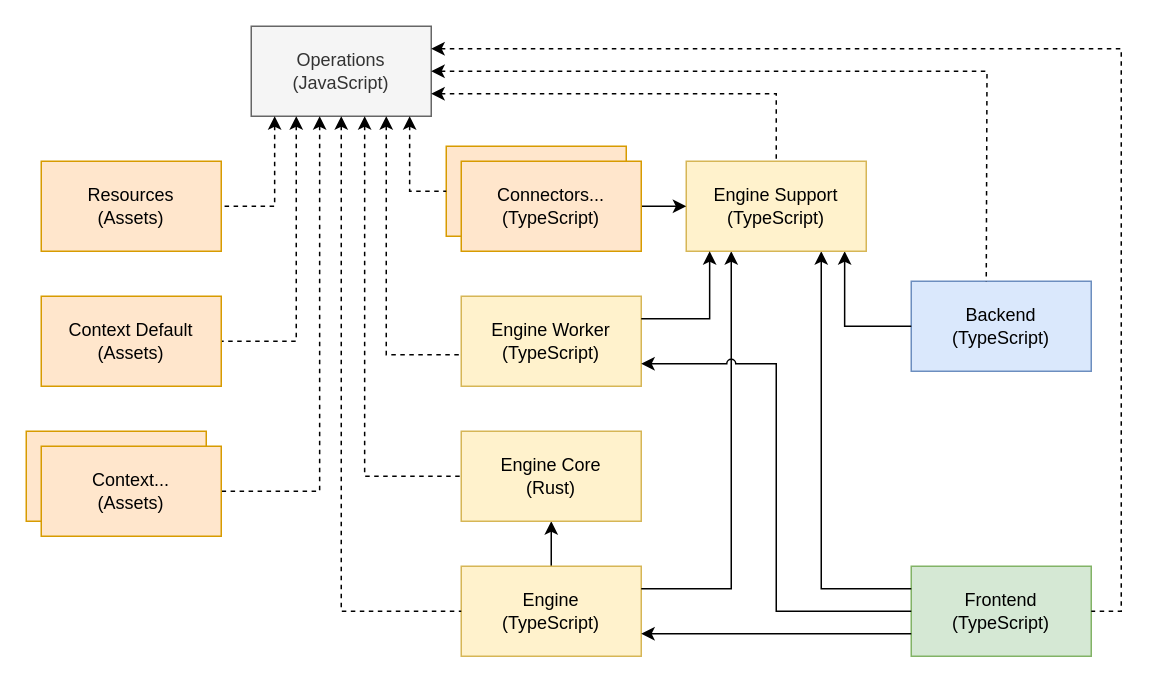
Above: public/diagrams/Project Dependencies.drawio in data-positioning/datapos-resources (draw.io), before the change. Source tidied: cells renumbered, new cells numbered last; positions are measured from the earlier drawing's top-left corner, leaving out a move shared by most shapes. Both pictures are drawn from the tidied source at 150%, with x=0, y=0 at pixel (26, 26).
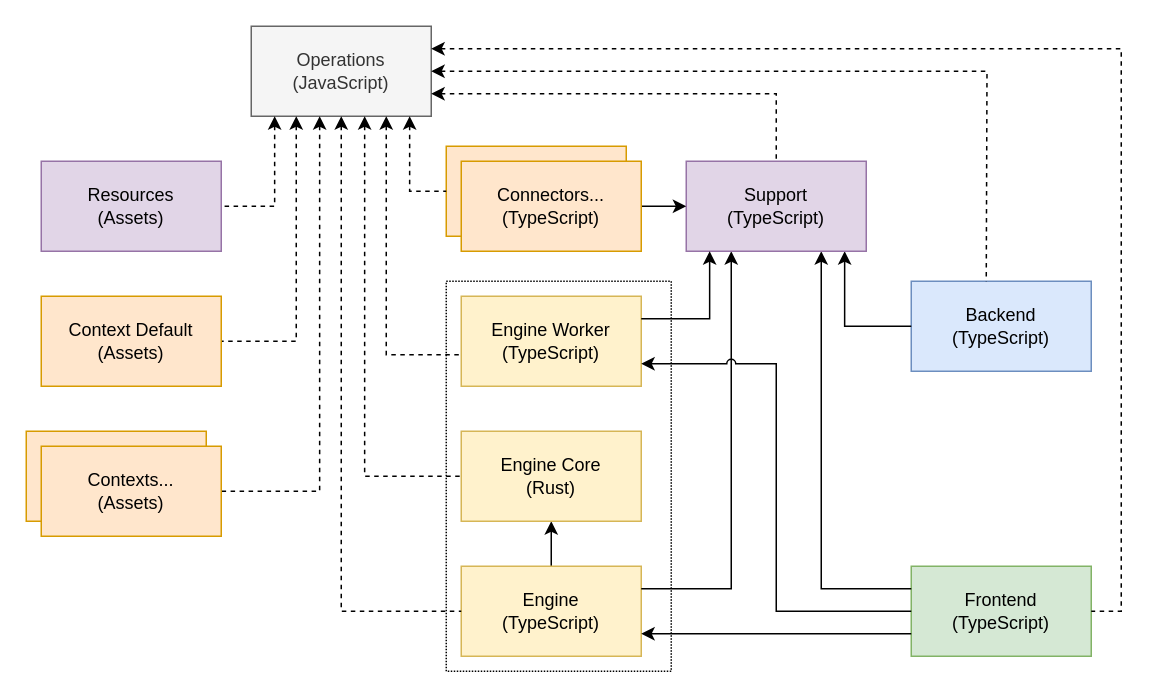
The same page after the edit.

Change to the diagram source:
```diff
@@
-    <mxCell id="3" value="Resources&lt;br&gt;(Assets)" style="rounded=0;whiteSpace=wrap;html=1;fillColor=#ffe6cc;strokeColor=#d79b00;" parent="1" vertex="1">
+    <mxCell id="3" value="Resources&lt;br&gt;(Assets)" style="rounded=0;whiteSpace=wrap;html=1;fillColor=#e1d5e7;strokeColor=#9673a6;" parent="1" vertex="1">
       <mxGeometry x="10" y="90" width="120" height="60" as="geometry" />
     </mxCell>
@@
-    <mxCell id="24" value="Engine Support&lt;br style=&quot;border-color: var(--border-color);&quot;&gt;(TypeScript)" style="rounded=0;whiteSpace=wrap;html=1;points=[[0,0,0,0,0],[0,0.25,0,0,0],[0,0.5,0,0,0],[0,0.75,0,0,0],[0,1,0,0,0],[0.13,1,0,0,0],[0.25,0,0,0,0],[0.25,1,0,0,0],[0.38,1,0,0,0],[0.5,0,0,0,0],[0.5,1,0,0,0],[0.63,1,0,0,0],[0.75,0,0,0,0],[0.75,1,0,0,0],[0.88,1,0,0,0],[1,0,0,0,0],[1,0.25,0,0,0],[1,0.5,0,0,0],[1,0.75,0,0,0],[1,1,0,0,0]];fillColor=#fff2cc;strokeColor=#d6b656;" parent="1" vertex="1">
+    <mxCell id="24" value="Support&lt;br style=&quot;border-color: var(--border-color);&quot;&gt;(TypeScript)" style="rounded=0;whiteSpace=wrap;html=1;points=[[0,0,0,0,0],[0,0.25,0,0,0],[0,0.5,0,0,0],[0,0.75,0,0,0],[0,1,0,0,0],[0.13,1,0,0,0],[0.25,0,0,0,0],[0.25,1,0,0,0],[0.38,1,0,0,0],[0.5,0,0,0,0],[0.5,1,0,0,0],[0.63,1,0,0,0],[0.75,0,0,0,0],[0.75,1,0,0,0],[0.88,1,0,0,0],[1,0,0,0,0],[1,0.25,0,0,0],[1,0.5,0,0,0],[1,0.75,0,0,0],[1,1,0,0,0]];fillColor=#e1d5e7;strokeColor=#9673a6;" parent="1" vertex="1">
       <mxGeometry x="440" y="90" width="120" height="60" as="geometry" />
     </mxCell>
@@
-    <mxCell id="32" value="Context...&lt;br style=&quot;border-color: var(--border-color);&quot;&gt;(Assets)" style="rounded=0;whiteSpace=wrap;html=1;fillColor=#ffe6cc;strokeColor=#d79b00;" parent="1" vertex="1">
+    <mxCell id="32" value="Contexts...&lt;br style=&quot;border-color: var(--border-color);&quot;&gt;(Assets)" style="rounded=0;whiteSpace=wrap;html=1;fillColor=#ffe6cc;strokeColor=#d79b00;" parent="1" vertex="1">
       <mxGeometry x="10" y="280" width="120" height="60" as="geometry" />
     </mxCell>
+    <mxCell id="33" style="rounded=0;whiteSpace=wrap;html=1;fillColor=none;strokeColor=#000000;dashed=1;dashPattern=1 1;" parent="1" vertex="1">
+      <mxGeometry x="280" y="170" width="150" height="260" as="geometry" />
+    </mxCell>
```
